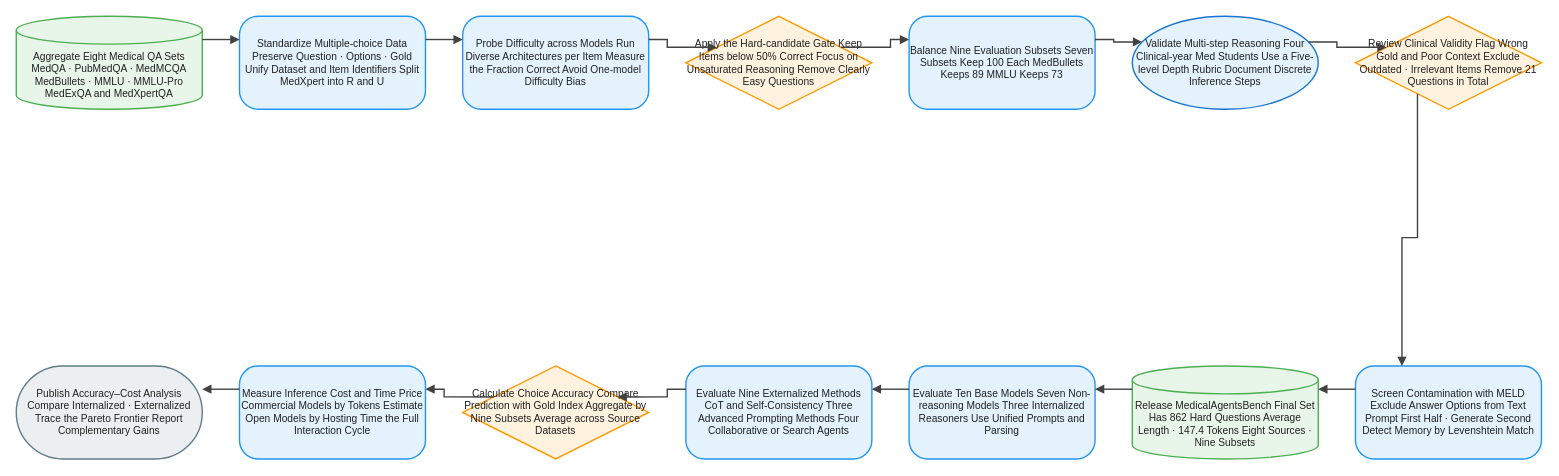
This is client/public/drawio/MedAgentsBench/MedAgentsBench.en.drawio from joe1chief/benchmark-hub, a draw.io file, before an edit. Source tidied: cells renumbered, new cells numbered last; positions are measured from the earlier drawing's top-left corner, leaving out a move shared by most shapes. Both pictures are drawn from the tidied source at 93%, with x=0, y=0 at pixel (16, 16).
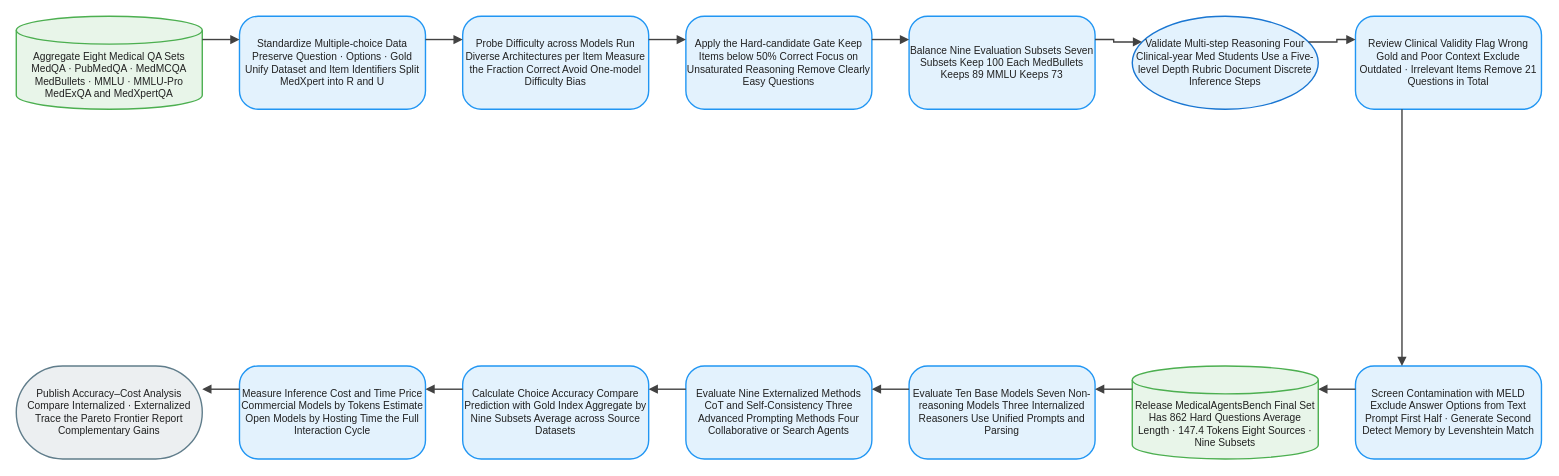
Above is the later version.

Diff of the diagram source:
```diff
@@
-    <mxCell id="5" value="Apply the Hard-candidate Gate Keep Items below 50% Correct Focus on Unsaturated Reasoning Remove Clearly Easy Questions" style="rhombus;html=1;whiteSpace=wrap;fillColor=#FFF3E0;strokeColor=#FF9800;strokeWidth=1.5;fontColor=#212121;fontSize=11;fontFamily=Arial, Helvetica, sans-serif;verticalAlign=middle;align=center;" parent="1" vertex="1">
+    <mxCell id="5" value="Apply the Hard-candidate Gate Keep Items below 50% Correct Focus on Unsaturated Reasoning Remove Clearly Easy Questions" style="rounded=1;arcSize=20;html=1;whiteSpace=wrap;fillColor=#E3F2FD;strokeColor=#2196F3;strokeWidth=1.5;fontColor=#212121;fontSize=11;fontFamily=Arial, Helvetica, sans-serif;verticalAlign=middle;align=center;" parent="1" vertex="1">
       <mxGeometry x="720" width="200" height="100" as="geometry" />
     </mxCell>
@@
-    <mxCell id="8" value="Review Clinical Validity Flag Wrong Gold and Poor Context Exclude Outdated · Irrelevant Items Remove 21 Questions in Total" style="rhombus;html=1;whiteSpace=wrap;fillColor=#FFF3E0;strokeColor=#FF9800;strokeWidth=1.5;fontColor=#212121;fontSize=11;fontFamily=Arial, Helvetica, sans-serif;verticalAlign=middle;align=center;" parent="1" vertex="1">
+    <mxCell id="8" value="Review Clinical Validity Flag Wrong Gold and Poor Context Exclude Outdated · Irrelevant Items Remove 21 Questions in Total" style="rounded=1;arcSize=20;html=1;whiteSpace=wrap;fillColor=#E3F2FD;strokeColor=#2196F3;strokeWidth=1.5;fontColor=#212121;fontSize=11;fontFamily=Arial, Helvetica, sans-serif;verticalAlign=middle;align=center;" parent="1" vertex="1">
       <mxGeometry x="1440" width="200" height="100" as="geometry" />
     </mxCell>
@@
-    <mxCell id="13" value="Calculate Choice Accuracy Compare Prediction with Gold Index Aggregate by Nine Subsets Average across Source Datasets" style="rhombus;html=1;whiteSpace=wrap;fillColor=#FFF3E0;strokeColor=#FF9800;strokeWidth=1.5;fontColor=#212121;fontSize=11;fontFamily=Arial, Helvetica, sans-serif;verticalAlign=middle;align=center;" parent="1" vertex="1">
+    <mxCell id="13" value="Calculate Choice Accuracy Compare Prediction with Gold Index Aggregate by Nine Subsets Average across Source Datasets" style="rounded=1;arcSize=20;html=1;whiteSpace=wrap;fillColor=#E3F2FD;strokeColor=#2196F3;strokeWidth=1.5;fontColor=#212121;fontSize=11;fontFamily=Arial, Helvetica, sans-serif;verticalAlign=middle;align=center;" parent="1" vertex="1">
       <mxGeometry x="480" y="376" width="200" height="100" as="geometry" />
     </mxCell>
```
